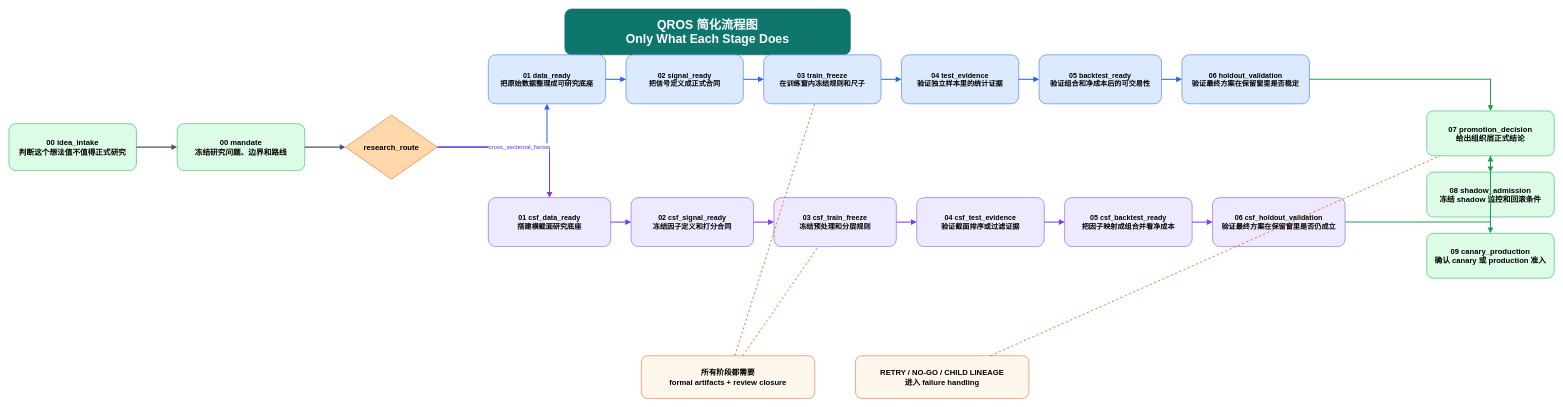
The draw.io diagram page "Flow" (2 of 2) of docs/show/qros-simple.drawio in web3qt/quant-research-os, before the edit. Source tidied: cells renumbered, new cells numbered last; positions are measured from the earlier drawing's top-left corner, leaving out a move shared by most shapes. Both pictures are drawn from the tidied source at 51%, with x=0, y=0 at pixel (9, 9).
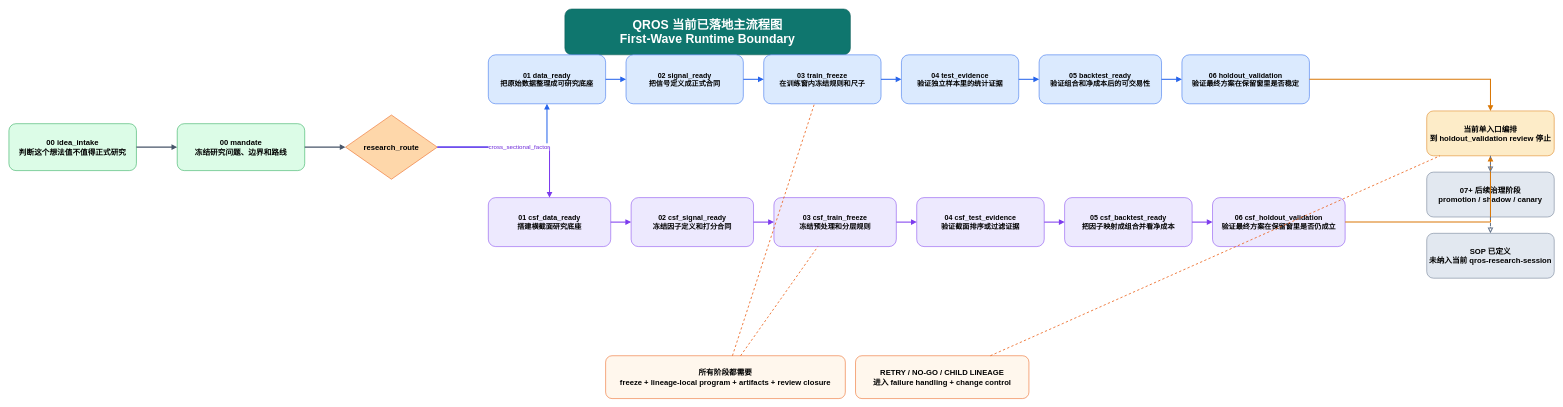
Above is the later version.

Commit message (it also covers changes not shown here):
Clarify the diagrammed runtime boundary for QROS readers

The change refers to these unchanged cells:
```xml
<mxCell id="11" value="06 holdout_validation&#10;验证最终方案在保留窗里是否稳定" style="rounded=1;whiteSpace=wrap;html=1;fillColor=#DBEAFE;strokeColor=#2563EB;fontSize=14;fontStyle=1;" parent="1" vertex="1">
  <mxGeometry x="2300" y="90" width="250" height="96" as="geometry" />
</mxCell>
<mxCell id="17" value="06 csf_holdout_validation&#10;验证最终方案在保留窗里是否仍成立" style="rounded=1;whiteSpace=wrap;html=1;fillColor=#EDE9FE;strokeColor=#7C3AED;fontSize=14;fontStyle=1;" parent="1" vertex="1">
  <mxGeometry x="2360" y="370" width="260" height="96" as="geometry" />
</mxCell>
```

Change to the diagram source:
```diff
@@
-    <mxCell id="2" value="QROS 简化流程图&#10;Only What Each Stage Does" style="rounded=1;whiteSpace=wrap;html=1;fillColor=#0F766E;fontColor=#FFFFFF;strokeColor=#115E59;fontStyle=1;fontSize=24;" parent="1" vertex="1">
+    <mxCell id="2" value="QROS 当前已落地主流程图&#10;First-Wave Runtime Boundary" style="rounded=1;whiteSpace=wrap;html=1;fillColor=#0F766E;fontColor=#FFFFFF;strokeColor=#115E59;fontStyle=1;fontSize=24;" parent="1" vertex="1">
       <mxGeometry x="1090" width="560" height="90" as="geometry" />
     </mxCell>
@@
-    <mxCell id="18" value="07 promotion_decision&#10;给出组织层正式结论" style="rounded=1;whiteSpace=wrap;html=1;fillColor=#DCFCE7;strokeColor=#16A34A;fontSize=15;fontStyle=1;" parent="1" vertex="1">
+    <mxCell id="18" value="当前单入口编排&#10;到 holdout_validation review 停止" style="rounded=1;whiteSpace=wrap;html=1;fillColor=#FDECC8;strokeColor=#D97706;fontSize=15;fontStyle=1;" parent="1" vertex="1">
       <mxGeometry x="2780" y="200" width="250" height="88" as="geometry" />
     </mxCell>
-    <mxCell id="19" value="08 shadow_admission&#10;冻结 shadow 监控和回滚条件" style="rounded=1;whiteSpace=wrap;html=1;fillColor=#DCFCE7;strokeColor=#16A34A;fontSize=15;fontStyle=1;" parent="1" vertex="1">
+    <mxCell id="19" value="07+ 后续治理阶段&#10;promotion / shadow / canary" style="rounded=1;whiteSpace=wrap;html=1;fillColor=#E2E8F0;strokeColor=#64748B;fontSize=15;fontStyle=1;" parent="1" vertex="1">
       <mxGeometry x="2780" y="320" width="250" height="88" as="geometry" />
     </mxCell>
-    <mxCell id="20" value="09 canary_production&#10;确认 canary 或 production 准入" style="rounded=1;whiteSpace=wrap;html=1;fillColor=#DCFCE7;strokeColor=#16A34A;fontSize=15;fontStyle=1;" parent="1" vertex="1">
+    <mxCell id="20" value="SOP 已定义&#10;未纳入当前 qros-research-session" style="rounded=1;whiteSpace=wrap;html=1;fillColor=#E2E8F0;strokeColor=#64748B;fontSize=15;fontStyle=1;" parent="1" vertex="1">
       <mxGeometry x="2780" y="440" width="250" height="88" as="geometry" />
     </mxCell>
-    <mxCell id="21" value="所有阶段都需要&#10;formal artifacts + review closure" style="rounded=1;whiteSpace=wrap;html=1;fillColor=#FFF7ED;strokeColor=#EA580C;fontSize=15;fontStyle=1;" parent="1" vertex="1">
-      <mxGeometry x="1240" y="680" width="340" height="84" as="geometry" />
+    <mxCell id="21" value="所有阶段都需要&#10;freeze + lineage-local program + artifacts + review closure" style="rounded=1;whiteSpace=wrap;html=1;fillColor=#FFF7ED;strokeColor=#EA580C;fontSize=15;fontStyle=1;" parent="1" vertex="1">
+      <mxGeometry x="1170" y="680" width="470" height="84" as="geometry" />
     </mxCell>
-    <mxCell id="22" value="RETRY / NO-GO / CHILD LINEAGE&#10;进入 failure handling" style="rounded=1;whiteSpace=wrap;html=1;fillColor=#FFF7ED;strokeColor=#EA580C;fontSize=15;fontStyle=1;" parent="1" vertex="1">
+    <mxCell id="22" value="RETRY / NO-GO / CHILD LINEAGE&#10;进入 failure handling + change control" style="rounded=1;whiteSpace=wrap;html=1;fillColor=#FFF7ED;strokeColor=#EA580C;fontSize=15;fontStyle=1;" parent="1" vertex="1">
       <mxGeometry x="1660" y="680" width="340" height="84" as="geometry" />
     </mxCell>
@@
-    <mxCell id="37" style="edgeStyle=orthogonalEdgeStyle;rounded=0;jettySize=auto;html=1;strokeWidth=2;endArrow=block;endFill=1;strokeColor=#16A34A;" parent="1" edge="1" source="11" target="18">
+    <mxCell id="37" style="edgeStyle=orthogonalEdgeStyle;rounded=0;jettySize=auto;html=1;strokeWidth=2;endArrow=block;endFill=1;strokeColor=#D97706;" parent="1" edge="1" source="11" target="18">
       <mxGeometry relative="1" as="geometry" />
     </mxCell>
-    <mxCell id="38" style="edgeStyle=orthogonalEdgeStyle;rounded=0;jettySize=auto;html=1;strokeWidth=2;endArrow=block;endFill=1;strokeColor=#16A34A;" parent="1" edge="1" source="17" target="18">
+    <mxCell id="38" style="edgeStyle=orthogonalEdgeStyle;rounded=0;jettySize=auto;html=1;strokeWidth=2;endArrow=block;endFill=1;strokeColor=#D97706;" parent="1" edge="1" source="17" target="18">
       <mxGeometry relative="1" as="geometry" />
     </mxCell>
-    <mxCell id="39" style="edgeStyle=orthogonalEdgeStyle;rounded=0;jettySize=auto;html=1;strokeWidth=2;endArrow=block;endFill=1;strokeColor=#16A34A;" parent="1" edge="1" source="18" target="19">
+    <mxCell id="39" style="edgeStyle=orthogonalEdgeStyle;rounded=0;jettySize=auto;html=1;dashed=1;strokeWidth=2;endArrow=block;endFill=0;strokeColor=#64748B;" parent="1" edge="1" source="18" target="19">
       <mxGeometry relative="1" as="geometry" />
     </mxCell>
-    <mxCell id="40" style="edgeStyle=orthogonalEdgeStyle;rounded=0;jettySize=auto;html=1;strokeWidth=2;endArrow=block;endFill=1;strokeColor=#16A34A;" parent="1" edge="1" source="19" target="20">
+    <mxCell id="40" style="edgeStyle=orthogonalEdgeStyle;rounded=0;jettySize=auto;html=1;dashed=1;strokeWidth=2;endArrow=block;endFill=0;strokeColor=#64748B;" parent="1" edge="1" source="19" target="20">
       <mxGeometry relative="1" as="geometry" />
     </mxCell>
```
